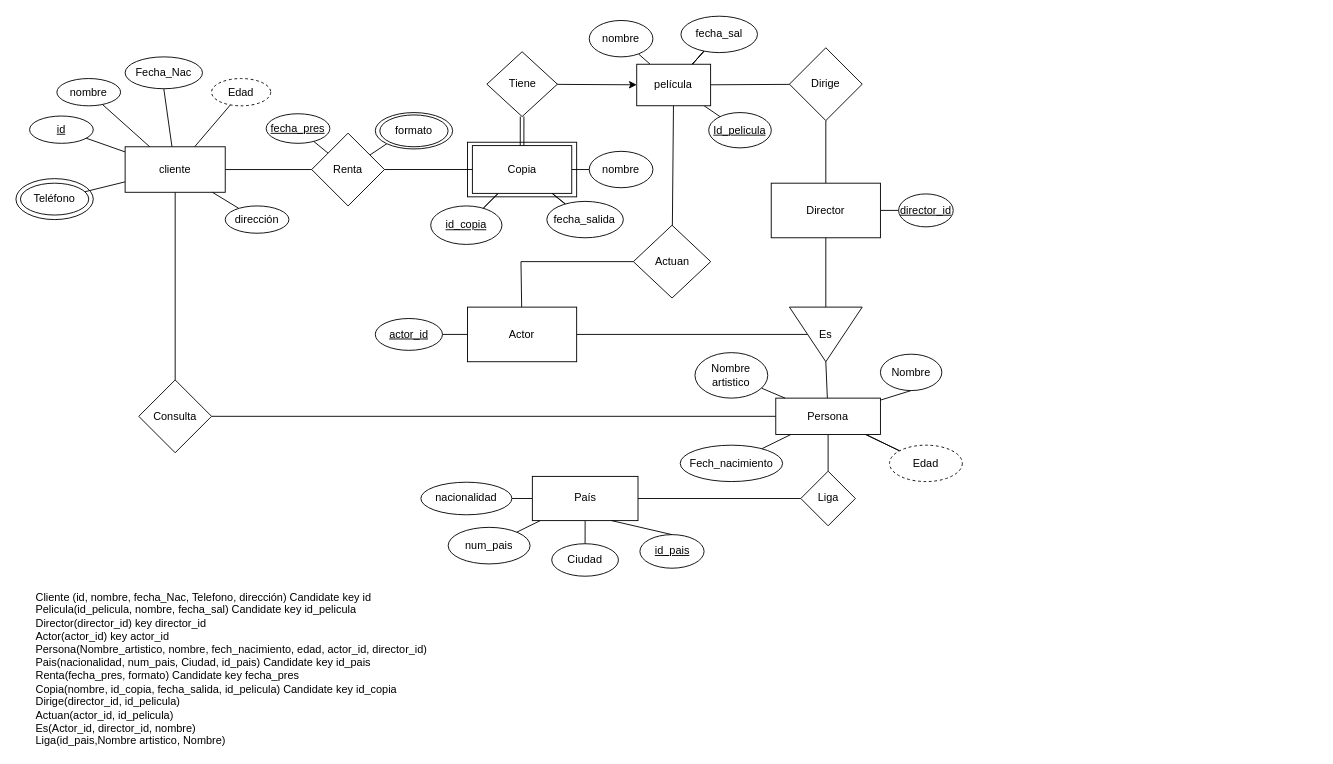
This is videoStore.drawio from jesalazaro/ER-diagrams, a draw.io file, before an edit. Source tidied: cells renumbered, new cells numbered last; positions are measured from the earlier drawing's top-left corner, leaving out a move shared by most shapes. Both pictures are drawn from the tidied source at 91%, with x=0, y=0 at pixel (15, 15).
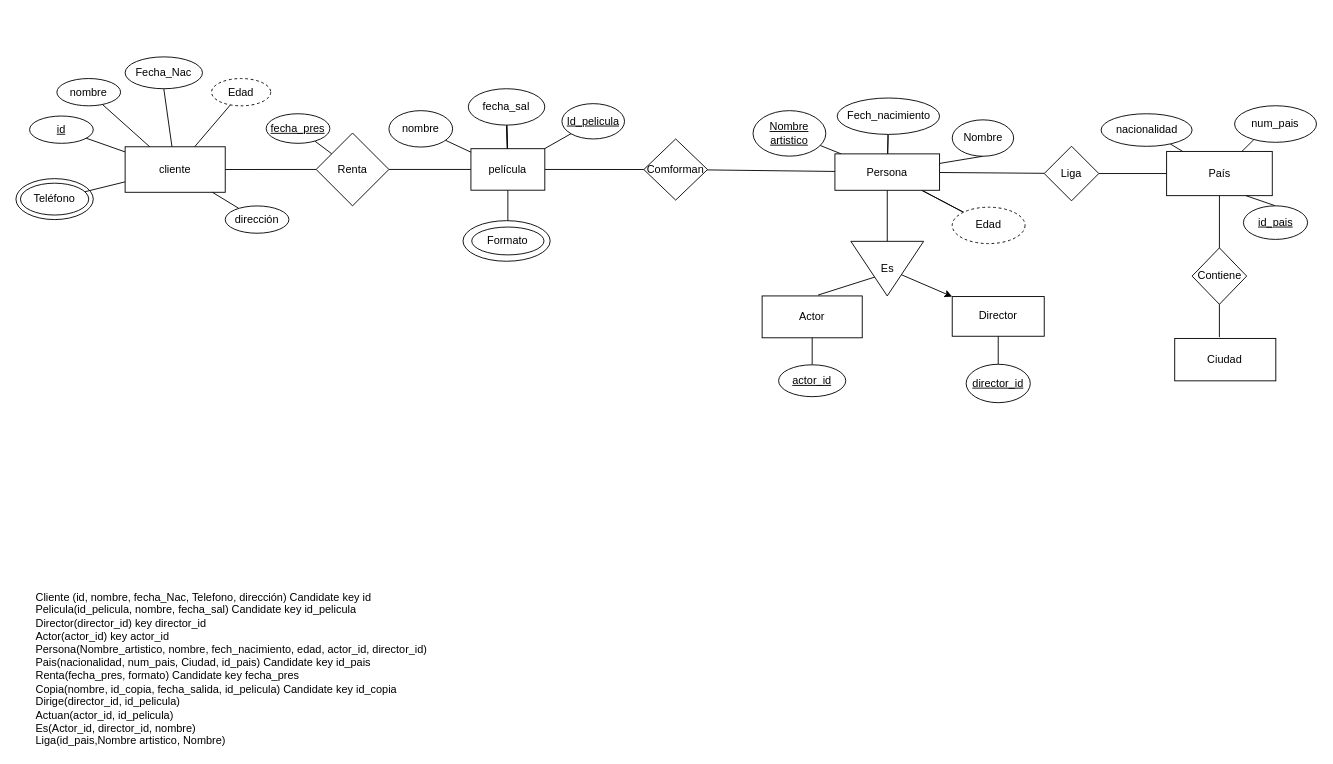
The same diagram, later.

Unchanged cells that the change refers to:
```xml
<mxCell id="10" value="cliente" style="rounded=0;whiteSpace=wrap;html=1;" parent="1" vertex="1">
  <mxGeometry x="120" y="143.8" width="110" height="50" as="geometry" />
</mxCell>
```

Change to the diagram source:
```diff
@@
-    <mxCell id="2" style="rounded=0;whiteSpace=wrap;html=1;" parent="1" vertex="1">
-      <mxGeometry x="496.2" y="138.8" width="120" height="60" as="geometry" />
-    </mxCell>
@@
-    <mxCell id="9" style="edgeStyle=none;rounded=0;jettySize=auto;html=1;startArrow=none;startFill=0;endArrow=none;endFill=0;" parent="1" edge="1" source="10" target="85">
-      <mxGeometry relative="1" as="geometry" />
-    </mxCell>
@@
-    <mxCell id="19" style="edgeStyle=none;rounded=0;jettySize=auto;html=1;endArrow=none;endFill=0;" parent="1" edge="1" source="23" target="88">
-      <mxGeometry relative="1" as="geometry" />
-    </mxCell>
-    <mxCell id="20" style="edgeStyle=none;rounded=0;jettySize=auto;html=1;endArrow=none;endFill=0;" parent="1" edge="1" source="23" target="87">
-      <mxGeometry relative="1" as="geometry" />
-    </mxCell>
-    <mxCell id="21" style="edgeStyle=none;rounded=0;jettySize=auto;html=1;endArrow=none;endFill=0;" parent="1" edge="1" source="23" target="92">
-      <mxGeometry relative="1" as="geometry" />
-    </mxCell>
-    <mxCell id="22" style="edgeStyle=none;rounded=0;jettySize=auto;html=1;endArrow=none;endFill=0;" parent="1" edge="1" source="23" target="92">
-      <mxGeometry relative="1" as="geometry" />
-    </mxCell>
-    <mxCell id="23" value="Copia" style="rounded=0;whiteSpace=wrap;html=1;" parent="1" vertex="1">
-      <mxGeometry x="501.6" y="142.5" width="109.2" height="52.5" as="geometry" />
-    </mxCell>
-    <mxCell id="24" style="edgeStyle=none;rounded=0;jettySize=auto;html=1;endArrow=none;endFill=0;" parent="1" edge="1" source="27" target="23">
-      <mxGeometry relative="1" as="geometry" />
-    </mxCell>
@@
-    <mxCell id="26" style="edgeStyle=none;rounded=0;jettySize=auto;html=1;endArrow=none;endFill=0;" parent="1" edge="1" source="27">
-      <mxGeometry relative="1" as="geometry">
-        <mxPoint x="411.1" y="138.1" as="targetPoint" />
-      </mxGeometry>
-    </mxCell>
+    <mxCell id="97" style="edgeStyle=none;rounded=0;jettySize=auto;html=1;endArrow=none;endFill=0;" parent="1" edge="1" source="27" target="81">
+      <mxGeometry relative="1" as="geometry" />
+    </mxCell>
     <mxCell id="27" value="Renta" style="rhombus;whiteSpace=wrap;html=1;rounded=0;" parent="1" vertex="1">
-      <mxGeometry x="325" y="128.8" width="80" height="80" as="geometry" />
+      <mxGeometry x="329.9" y="128.7" width="80" height="80" as="geometry" />
     </mxCell>
@@
-    <mxCell id="29" style="edgeStyle=none;rounded=0;jettySize=auto;html=1;endArrow=none;endFill=0;" parent="1" edge="1" source="30" target="81">
-      <mxGeometry relative="1" as="geometry" />
-    </mxCell>
-    <mxCell id="30" value="Actuan" style="rhombus;whiteSpace=wrap;html=1;rounded=0;" parent="1" vertex="1">
-      <mxGeometry x="678.5" y="230" width="85" height="80" as="geometry" />
-    </mxCell>
-    <mxCell id="31" style="edgeStyle=none;rounded=0;jettySize=auto;html=1;endArrow=none;endFill=0;" parent="1" edge="1" source="34" target="42">
-      <mxGeometry relative="1" as="geometry" />
+    <mxCell id="31" style="edgeStyle=none;rounded=0;jettySize=auto;html=1;endArrow=none;endFill=0;exitX=0.559;exitY=-0.021;exitDx=0;exitDy=0;exitPerimeter=0;" parent="1" edge="1" source="34">
+      <mxGeometry relative="1" as="geometry">
+        <mxPoint x="950" y="285" as="targetPoint" />
+      </mxGeometry>
     </mxCell>
-    <mxCell id="32" style="edgeStyle=none;rounded=0;jettySize=auto;html=1;endArrow=none;endFill=0;" parent="1" edge="1" source="34" target="30">
-      <mxGeometry relative="1" as="geometry">
-        <Array as="points">
-          <mxPoint x="555" y="270" />
-        </Array>
-      </mxGeometry>
-    </mxCell>
-    <mxCell id="33" style="edgeStyle=none;rounded=0;jettySize=auto;html=1;endArrow=none;endFill=0;" parent="1" edge="1" source="34" target="90">
-      <mxGeometry relative="1" as="geometry" />
-    </mxCell>
     <mxCell id="34" value="Actor" style="whiteSpace=wrap;html=1;rounded=0;" parent="1" vertex="1">
-      <mxGeometry x="496.2" y="320" width="120" height="60" as="geometry" />
+      <mxGeometry x="820" y="307.7" width="110" height="46" as="geometry" />
     </mxCell>
-    <mxCell id="35" style="edgeStyle=none;rounded=0;jettySize=auto;html=1;endArrow=none;endFill=0;" parent="1" edge="1" source="37" target="39">
-      <mxGeometry relative="1" as="geometry" />
-    </mxCell>
-    <mxCell id="36" style="edgeStyle=none;rounded=0;jettySize=auto;html=1;endArrow=none;endFill=0;" parent="1" edge="1" source="37" target="81">
-      <mxGeometry relative="1" as="geometry" />
-    </mxCell>
-    <mxCell id="37" value="Dirige" style="rhombus;whiteSpace=wrap;html=1;rounded=0;" parent="1" vertex="1">
-      <mxGeometry x="850" y="35" width="80" height="80" as="geometry" />
-    </mxCell>
-    <mxCell id="38" style="edgeStyle=none;rounded=0;jettySize=auto;html=1;endArrow=none;endFill=0;" parent="1" edge="1" source="39" target="91">
-      <mxGeometry relative="1" as="geometry" />
-    </mxCell>
+    <mxCell id="98" style="edgeStyle=none;rounded=0;jettySize=auto;html=1;endArrow=none;endFill=0;startArrow=classic;startFill=1;" parent="1" edge="1" source="39" target="42">
+      <mxGeometry relative="1" as="geometry" />
+    </mxCell>
     <mxCell id="39" value="Director" style="whiteSpace=wrap;html=1;rounded=0;" parent="1" vertex="1">
-      <mxGeometry x="830" y="183.8" width="120" height="60" as="geometry" />
+      <mxGeometry x="1028.9" y="308.4" width="101.1" height="43.6" as="geometry" />
     </mxCell>
-    <mxCell id="40" style="edgeStyle=none;rounded=0;jettySize=auto;html=1;endArrow=none;endFill=0;" parent="1" edge="1" source="42" target="39">
-      <mxGeometry relative="1" as="geometry" />
-    </mxCell>
-    <mxCell id="41" style="edgeStyle=none;rounded=0;jettySize=auto;html=1;endArrow=none;endFill=0;exitX=1;exitY=0.5;exitDx=0;exitDy=0;" parent="1" edge="1" source="42" target="49">
-      <mxGeometry relative="1" as="geometry" />
-    </mxCell>
+    <mxCell id="99" style="edgeStyle=none;rounded=0;jettySize=auto;html=1;endArrow=none;endFill=0;startArrow=none;" parent="1" edge="1" source="49" target="67">
+      <mxGeometry relative="1" as="geometry" />
+    </mxCell>
     <mxCell id="42" value="Es" style="triangle;whiteSpace=wrap;html=1;rounded=0;direction=south;horizontal=1;" parent="1" vertex="1">
-      <mxGeometry x="850" y="320" width="80" height="60" as="geometry" />
+      <mxGeometry x="917.5" y="247.7" width="80" height="60" as="geometry" />
     </mxCell>
-    <mxCell id="43" style="edgeStyle=none;rounded=0;jettySize=auto;html=1;endArrow=none;endFill=0;" parent="1" edge="1" source="49" target="51">
-      <mxGeometry relative="1" as="geometry" />
-    </mxCell>
@@
-    <mxCell id="47" style="edgeStyle=none;rounded=0;jettySize=auto;html=1;startArrow=none;startFill=0;endArrow=none;endFill=0;" parent="1" edge="1" source="49" target="85">
-      <mxGeometry relative="1" as="geometry" />
-    </mxCell>
@@
-    <mxCell id="49" value="Persona" style="whiteSpace=wrap;html=1;rounded=0;" parent="1" vertex="1">
-      <mxGeometry x="835" y="420" width="115" height="40" as="geometry" />
-    </mxCell>
+    <mxCell id="43" style="edgeStyle=none;rounded=0;jettySize=auto;html=1;endArrow=none;endFill=0;" parent="1" edge="1" source="49" target="51">
+      <mxGeometry relative="1" as="geometry" />
+    </mxCell>
-    <mxCell id="50" style="edgeStyle=none;rounded=0;orthogonalLoop=1;jettySize=auto;html=1;exitX=0.5;exitY=1;exitDx=0;exitDy=0;endArrow=none;endFill=0;" parent="1" edge="1" source="42" target="42">
-      <mxGeometry relative="1" as="geometry" />
+    <mxCell id="50" style="edgeStyle=none;rounded=0;orthogonalLoop=1;jettySize=auto;html=1;exitX=0.5;exitY=1;exitDx=0;exitDy=0;endArrow=none;endFill=0;" parent="1" edge="1">
+      <mxGeometry relative="1" as="geometry">
+        <mxPoint x="654.2" y="345" as="sourcePoint" />
+        <mxPoint x="654.2" y="345" as="targetPoint" />
+      </mxGeometry>
     </mxCell>
     <mxCell id="51" value="Liga" style="rhombus;whiteSpace=wrap;html=1;rounded=0;" parent="1" vertex="1">
-      <mxGeometry x="862.5" y="500.3" width="60" height="60" as="geometry" />
+      <mxGeometry x="1130" y="143.2" width="60" height="60" as="geometry" />
     </mxCell>
@@
-    <mxCell id="55" style="edgeStyle=none;rounded=0;jettySize=auto;html=1;endArrow=none;endFill=0;" parent="1" edge="1" source="59" target="61">
-      <mxGeometry relative="1" as="geometry" />
-    </mxCell>
-    <mxCell id="56" style="edgeStyle=none;rounded=0;jettySize=auto;html=1;endArrow=none;endFill=0;" parent="1" edge="1" source="59" target="65">
-      <mxGeometry relative="1" as="geometry" />
-    </mxCell>
@@
+    <mxCell id="100" style="rounded=0;jettySize=auto;html=1;endArrow=none;endFill=0;" parent="1" edge="1" source="59" target="107">
+      <mxGeometry relative="1" as="geometry" />
+    </mxCell>
     <mxCell id="59" value="País" style="rounded=0;whiteSpace=wrap;html=1;" parent="1" vertex="1">
-      <mxGeometry x="567.5" y="506" width="116.1" height="48.6" as="geometry" />
+      <mxGeometry x="1264.5" y="148.9" width="116.1" height="48.6" as="geometry" />
     </mxCell>
     <mxCell id="60" value="nacionalidad" style="ellipse;whiteSpace=wrap;html=1;rounded=0;" parent="1" vertex="1">
-      <mxGeometry x="445" y="512.4" width="100" height="35.8" as="geometry" />
+      <mxGeometry x="1192.5" y="107.5" width="100" height="35.8" as="geometry" />
     </mxCell>
+    <mxCell id="101" style="edgeStyle=none;rounded=0;jettySize=auto;html=1;endArrow=none;endFill=0;" parent="1" edge="1" target="59">
+      <mxGeometry relative="1" as="geometry">
+        <mxPoint x="1360.3" y="136" as="sourcePoint" />
+      </mxGeometry>
+    </mxCell>
     <mxCell id="61" value="num_pais" style="ellipse;whiteSpace=wrap;html=1;rounded=0;" parent="1" vertex="1">
-      <mxGeometry x="475" y="562" width="90" height="40.2" as="geometry" />
+      <mxGeometry x="1339.2" y="98.7" width="90" height="40.2" as="geometry" />
     </mxCell>
-    <mxCell id="62" style="edgeStyle=none;rounded=0;jettySize=auto;html=1;exitX=0.5;exitY=0;exitDx=0;exitDy=0;entryX=0.75;entryY=1;entryDx=0;entryDy=0;endArrow=none;endFill=0;" parent="1" edge="1" source="63" target="59">
+    <mxCell id="62" style="edgeStyle=none;rounded=0;jettySize=auto;html=1;entryX=0.75;entryY=1;entryDx=0;entryDy=0;endArrow=none;endFill=0;exitX=0.5;exitY=0;exitDx=0;exitDy=0;" parent="1" edge="1" source="63" target="59">
       <mxGeometry relative="1" as="geometry" />
     </mxCell>
     <mxCell id="63" value="&lt;u&gt;id_pais&lt;/u&gt;" style="ellipse;whiteSpace=wrap;html=1;rounded=0;" parent="1" vertex="1">
-      <mxGeometry x="685.7" y="570" width="70.5" height="36.9" as="geometry" />
+      <mxGeometry x="1348.9" y="208.7" width="70.5" height="36.9" as="geometry" />
     </mxCell>
     <mxCell id="64" style="edgeStyle=none;rounded=0;orthogonalLoop=1;jettySize=auto;html=1;exitX=0.5;exitY=1;exitDx=0;exitDy=0;endArrow=none;endFill=0;" parent="1" edge="1">
       <mxGeometry relative="1" as="geometry">
-        <mxPoint x="526.2" y="531.2" as="sourcePoint" />
-        <mxPoint x="526.2" y="531.2" as="targetPoint" />
+        <mxPoint x="1107.9" y="312.2" as="sourcePoint" />
+        <mxPoint x="1107.9" y="312.2" as="targetPoint" />
       </mxGeometry>
     </mxCell>
-    <mxCell id="65" value="Ciudad" style="ellipse;whiteSpace=wrap;html=1;rounded=0;" parent="1" vertex="1">
-      <mxGeometry x="588.8" y="580" width="73.3" height="35.7" as="geometry" />
-    </mxCell>
     <mxCell id="66" value="Nombre" style="ellipse;whiteSpace=wrap;html=1;rounded=0;" parent="1" vertex="1">
-      <mxGeometry x="950" y="371.7" width="67.5" height="40" as="geometry" />
+      <mxGeometry x="1028.9" y="114.2" width="67.5" height="40" as="geometry" />
     </mxCell>
     <mxCell id="67" value="Fech_nacimiento" style="ellipse;whiteSpace=wrap;html=1;rounded=0;" parent="1" vertex="1">
-      <mxGeometry x="730" y="471.7" width="112.5" height="40" as="geometry" />
+      <mxGeometry x="902.5" y="90.2" width="112.5" height="40" as="geometry" />
     </mxCell>
     <mxCell id="68" value="Edad" style="ellipse;whiteSpace=wrap;html=1;rounded=0;dashed=1;" parent="1" vertex="1">
-      <mxGeometry x="960" y="471.7" width="80" height="40" as="geometry" />
+      <mxGeometry x="1028.9" y="210.2" width="80" height="40" as="geometry" />
     </mxCell>
@@
-    <mxCell id="72" value="Nombre artistico" style="ellipse;whiteSpace=wrap;html=1;rounded=0;align=center;" parent="1" vertex="1">
-      <mxGeometry x="746.2" y="370" width="80" height="50" as="geometry" />
+    <mxCell id="72" value="&lt;u&gt;Nombre artistico&lt;/u&gt;" style="ellipse;whiteSpace=wrap;html=1;rounded=0;align=center;" parent="1" vertex="1">
+      <mxGeometry x="810" y="104.1" width="80" height="50" as="geometry" />
     </mxCell>
-    <mxCell id="73" style="ellipse;whiteSpace=wrap;html=1;" parent="1" vertex="1">
-      <mxGeometry x="394.9" y="106.2" width="85" height="40" as="geometry" />
-    </mxCell>
-    <mxCell id="74" value="formato" style="ellipse;whiteSpace=wrap;html=1;rounded=0;" parent="1" vertex="1">
-      <mxGeometry x="399.9" y="108.8" width="75" height="35" as="geometry" />
-    </mxCell>
-    <mxCell id="75" style="edgeStyle=none;rounded=0;jettySize=auto;html=1;endArrow=classic;endFill=1;" parent="1" edge="1" source="76" target="81">
-      <mxGeometry relative="1" as="geometry" />
-    </mxCell>
-    <mxCell id="76" value="Tiene" style="rhombus;whiteSpace=wrap;html=1;rounded=0;" parent="1" vertex="1">
-      <mxGeometry x="517.5" y="39.4" width="77.5" height="71.2" as="geometry" />
-    </mxCell>
@@
+    <mxCell id="102" style="edgeStyle=none;rounded=0;jettySize=auto;html=1;endArrow=none;endFill=0;" parent="1" edge="1" source="81" target="109">
+      <mxGeometry relative="1" as="geometry" />
+    </mxCell>
+    <mxCell id="103" style="edgeStyle=none;rounded=0;jettySize=auto;html=1;startArrow=none;startFill=0;endArrow=none;endFill=0;" parent="1" edge="1" source="81" target="112">
+      <mxGeometry relative="1" as="geometry" />
+    </mxCell>
     <mxCell id="81" value="película" style="whiteSpace=wrap;html=1;rounded=0;" parent="1" vertex="1">
-      <mxGeometry x="682.2" y="53.1" width="81.2" height="45.6" as="geometry" />
+      <mxGeometry x="500" y="145.9" width="81.2" height="45.6" as="geometry" />
     </mxCell>
@@
     <mxCell id="83" value="fecha_sal" style="ellipse;whiteSpace=wrap;html=1;rounded=0;" parent="1" vertex="1">
-      <mxGeometry x="730.8" y="0.3" width="84.1" height="40" as="geometry" />
+      <mxGeometry x="497.1" y="80" width="84.1" height="40" as="geometry" />
     </mxCell>
     <mxCell id="84" value="nombre" style="ellipse;whiteSpace=wrap;html=1;rounded=0;" parent="1" vertex="1">
-      <mxGeometry x="630" y="5" width="70" height="40" as="geometry" />
+      <mxGeometry x="409.9" y="104.1" width="70" height="40" as="geometry" />
     </mxCell>
-    <mxCell id="85" value="Consulta" style="rhombus;whiteSpace=wrap;html=1;rounded=0;" parent="1" vertex="1">
-      <mxGeometry x="135" y="400" width="80" height="80" as="geometry" />
-    </mxCell>
-    <mxCell id="86" style="edgeStyle=none;rounded=0;jettySize=auto;html=1;endArrow=none;endFill=0;" parent="1" edge="1" source="87" target="23">
-      <mxGeometry relative="1" as="geometry" />
-    </mxCell>
-    <mxCell id="87" value="fecha_salida" style="ellipse;whiteSpace=wrap;html=1;rounded=0;align=center;" parent="1" vertex="1">
-      <mxGeometry x="583.4" y="203.8" width="84.1" height="40" as="geometry" />
-    </mxCell>
-    <mxCell id="88" value="nombre" style="ellipse;whiteSpace=wrap;html=1;rounded=0;" parent="1" vertex="1">
-      <mxGeometry x="630" y="148.8" width="70" height="40" as="geometry" />
-    </mxCell>
-    <mxCell id="89" style="edgeStyle=none;rounded=0;orthogonalLoop=1;jettySize=auto;html=1;exitX=0.5;exitY=1;exitDx=0;exitDy=0;endArrow=none;endFill=0;" parent="1" edge="1" source="88" target="88">
-      <mxGeometry relative="1" as="geometry" />
-    </mxCell>
+    <mxCell id="104" style="edgeStyle=none;rounded=0;jettySize=auto;html=1;endArrow=none;endFill=0;" parent="1" edge="1" source="90" target="34">
+      <mxGeometry relative="1" as="geometry" />
+    </mxCell>
     <mxCell id="90" value="&lt;u&gt;actor_id&lt;/u&gt;" style="ellipse;whiteSpace=wrap;html=1;rounded=0;" parent="1" vertex="1">
-      <mxGeometry x="394.9" y="332.5" width="73.8" height="35" as="geometry" />
+      <mxGeometry x="838.1" y="383.4" width="73.8" height="35" as="geometry" />
     </mxCell>
+    <mxCell id="105" style="edgeStyle=none;rounded=0;jettySize=auto;html=1;endArrow=none;endFill=0;" parent="1" edge="1" source="91" target="39">
+      <mxGeometry relative="1" as="geometry" />
+    </mxCell>
     <mxCell id="91" value="&lt;u&gt;director_id&lt;/u&gt;" style="ellipse;whiteSpace=wrap;html=1;rounded=0;" parent="1" vertex="1">
-      <mxGeometry x="970" y="195.6" width="60" height="36.2" as="geometry" />
+      <mxGeometry x="1044.2" y="382.8" width="70.5" height="42.2" as="geometry" />
     </mxCell>
-    <mxCell id="92" value="&lt;u&gt;id_copia&lt;/u&gt;" style="ellipse;whiteSpace=wrap;html=1;rounded=0;direction=south;" parent="1" vertex="1">
-      <mxGeometry x="455.8" y="208.8" width="78.3" height="42.3" as="geometry" />
-    </mxCell>
     <mxCell id="93" value="&lt;u&gt;Id_pelicula&lt;/u&gt;" style="ellipse;whiteSpace=wrap;html=1;rounded=0;" parent="1" vertex="1">
-      <mxGeometry x="761.3" y="106.2" width="68.8" height="38.8" as="geometry" />
+      <mxGeometry x="600" y="96.4" width="68.8" height="38.8" as="geometry" />
     </mxCell>
@@
-    <mxCell id="95" style="shape=link;html=1;rounded=0;startArrow=none;startFill=0;endArrow=none;endFill=0;exitX=0.5;exitY=1;exitDx=0;exitDy=0;entryX=0.5;entryY=0;entryDx=0;entryDy=0;" parent="1" edge="1" source="76" target="23">
-      <mxGeometry relative="1" as="geometry" />
-    </mxCell>
@@
+    <mxCell id="106" style="edgeStyle=none;rounded=0;jettySize=auto;html=1;endArrow=none;endFill=0;" parent="1" edge="1" source="107">
+      <mxGeometry relative="1" as="geometry">
+        <mxPoint x="1322.5" y="353" as="targetPoint" />
+      </mxGeometry>
+    </mxCell>
+    <mxCell id="107" value="Contiene" style="rhombus;whiteSpace=wrap;html=1;rounded=0;" parent="1" vertex="1">
+      <mxGeometry x="1292.5" y="254.9" width="60" height="62" as="geometry" />
+    </mxCell>
+    <mxCell id="65" value="Ciudad" style="whiteSpace=wrap;html=1;rounded=0;" parent="1" vertex="1">
+      <mxGeometry x="1273.4" y="354.4" width="111.1" height="46.6" as="geometry" />
+    </mxCell>
+    <mxCell id="108" style="edgeStyle=none;rounded=0;jettySize=auto;html=1;endArrow=none;endFill=0;" parent="1" edge="1" source="109" target="49">
+      <mxGeometry relative="1" as="geometry" />
+    </mxCell>
+    <mxCell id="109" value="Comforman" style="rhombus;whiteSpace=wrap;html=1;rounded=0;" parent="1" vertex="1">
+      <mxGeometry x="690" y="135.2" width="70" height="67.2" as="geometry" />
+    </mxCell>
+    <mxCell id="49" value="Persona" style="whiteSpace=wrap;html=1;rounded=0;" parent="1" vertex="1">
+      <mxGeometry x="900" y="151.6" width="115" height="40" as="geometry" />
+    </mxCell>
+    <mxCell id="41" style="edgeStyle=none;rounded=0;jettySize=auto;html=1;endArrow=none;endFill=0;" parent="1" edge="1" source="42" target="49">
+      <mxGeometry relative="1" as="geometry" />
+    </mxCell>
+    <mxCell id="110" style="edgeStyle=none;rounded=0;orthogonalLoop=1;jettySize=auto;html=1;exitX=0.5;exitY=1;exitDx=0;exitDy=0;endArrow=none;endFill=0;" parent="1" edge="1" source="90" target="90">
+      <mxGeometry relative="1" as="geometry" />
+    </mxCell>
+    <mxCell id="111" style="ellipse;whiteSpace=wrap;html=1;" parent="1" vertex="1">
+      <mxGeometry x="491.3" y="225" width="95.8" height="44.6" as="geometry" />
+    </mxCell>
+    <mxCell id="112" value="Formato" style="ellipse;whiteSpace=wrap;html=1;rounded=0;" parent="1" vertex="1">
+      <mxGeometry x="500.9" y="232" width="79.4" height="30.6" as="geometry" />
+    </mxCell>
```
